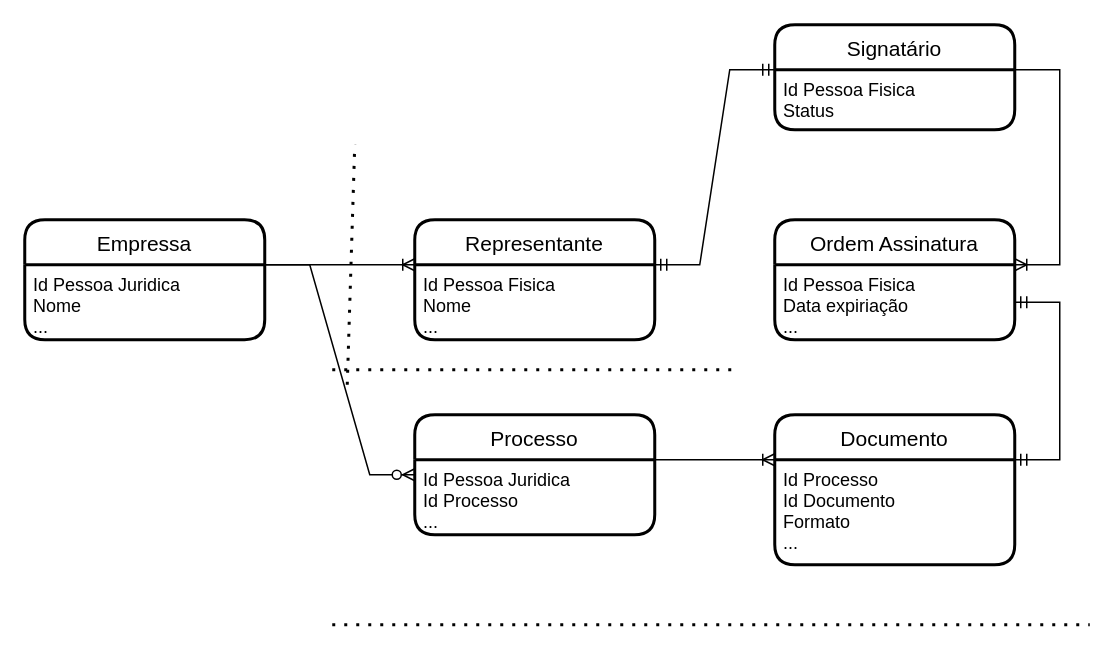
The draw.io diagram localstack/localstack-dynamodb-java/drawio/erd.drawio in jhegner/labs, before the edit. Source tidied: cells renumbered, new cells numbered last; positions are measured from the earlier drawing's top-left corner, leaving out a move shared by most shapes. Both pictures are drawn from the tidied source at 150%, with x=0, y=0 at pixel (24, 24).
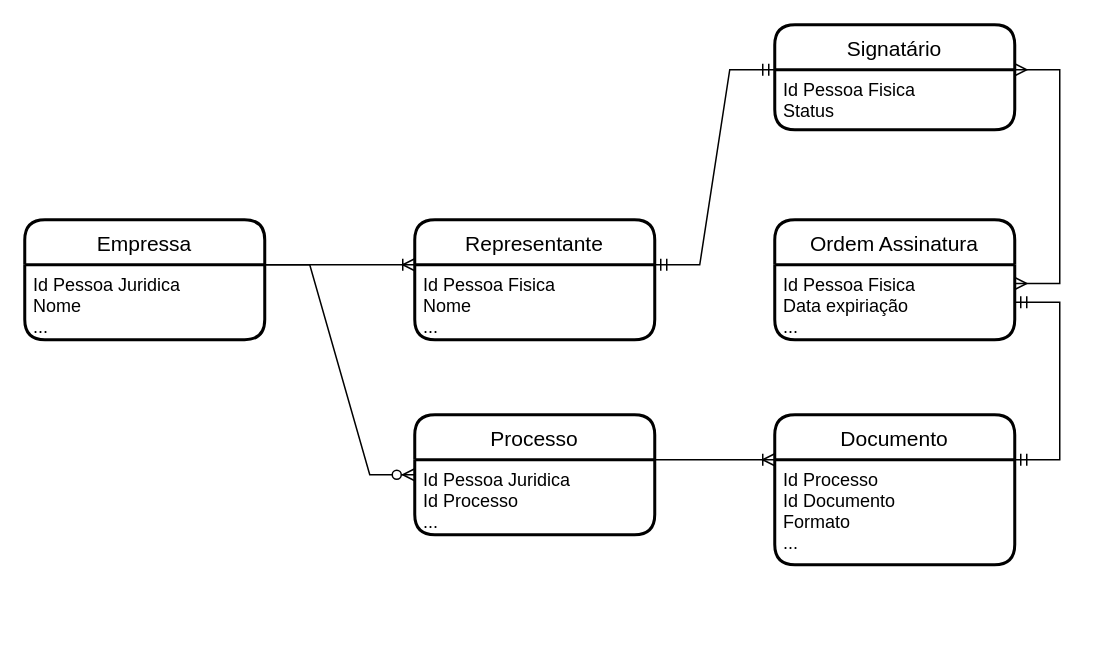
The same page after the edit.

The change refers to these unchanged cells:
```xml
<mxCell id="14" value="Id Pessoa Fisica&#10;Data expiriação&#10;..." style="align=left;strokeColor=none;fillColor=none;spacingLeft=4;fontSize=12;verticalAlign=top;" parent="13" vertex="1">
  <mxGeometry y="30" width="160" height="50" as="geometry" />
</mxCell>
<mxCell id="16" value="Id Pessoa Fisica&#10;Status" style="align=left;strokeColor=none;fillColor=none;spacingLeft=4;fontSize=12;verticalAlign=top;" parent="15" vertex="1">
  <mxGeometry y="30" width="160" height="40" as="geometry" />
</mxCell>
```

Change to the diagram source:
```diff
@@
-    <mxCell id="18" style="edgeStyle=entityRelationEdgeStyle;fontSize=12;html=1;endArrow=ERoneToMany;rounded=0;exitX=1;exitY=0;exitDx=0;exitDy=0;entryX=1;entryY=0;entryDx=0;entryDy=0;" parent="1" edge="1" source="16" target="14">
-      <mxGeometry relative="1" as="geometry" />
-    </mxCell>
@@
-    <mxCell id="20" style="endArrow=none;dashed=1;html=1;dashPattern=1 3;strokeWidth=2;rounded=0;" parent="1" edge="1">
-      <mxGeometry relative="1" as="geometry">
-        <mxPoint x="205" y="230" as="sourcePoint" />
-        <mxPoint x="475" y="230" as="targetPoint" />
-      </mxGeometry>
-    </mxCell>
-    <mxCell id="21" style="endArrow=none;dashed=1;html=1;dashPattern=1 3;strokeWidth=2;rounded=0;" parent="1" edge="1">
-      <mxGeometry relative="1" as="geometry">
-        <mxPoint x="205" y="400" as="sourcePoint" />
-        <mxPoint x="710" y="400" as="targetPoint" />
-      </mxGeometry>
-    </mxCell>
-    <mxCell id="22" style="endArrow=none;dashed=1;html=1;dashPattern=1 3;strokeWidth=2;rounded=0;" parent="1" edge="1">
-      <mxGeometry relative="1" as="geometry">
-        <mxPoint x="215" y="240" as="sourcePoint" />
-        <mxPoint x="220" y="80" as="targetPoint" />
-      </mxGeometry>
-    </mxCell>
+    <mxCell id="23" style="edgeStyle=entityRelationEdgeStyle;fontSize=12;html=1;endArrow=ERmany;startArrow=ERmany;rounded=0;entryX=1;entryY=0;entryDx=0;entryDy=0;exitX=1;exitY=0.25;exitDx=0;exitDy=0;" parent="1" edge="1" source="14" target="16">
+      <mxGeometry relative="1" as="geometry" />
+    </mxCell>
```
